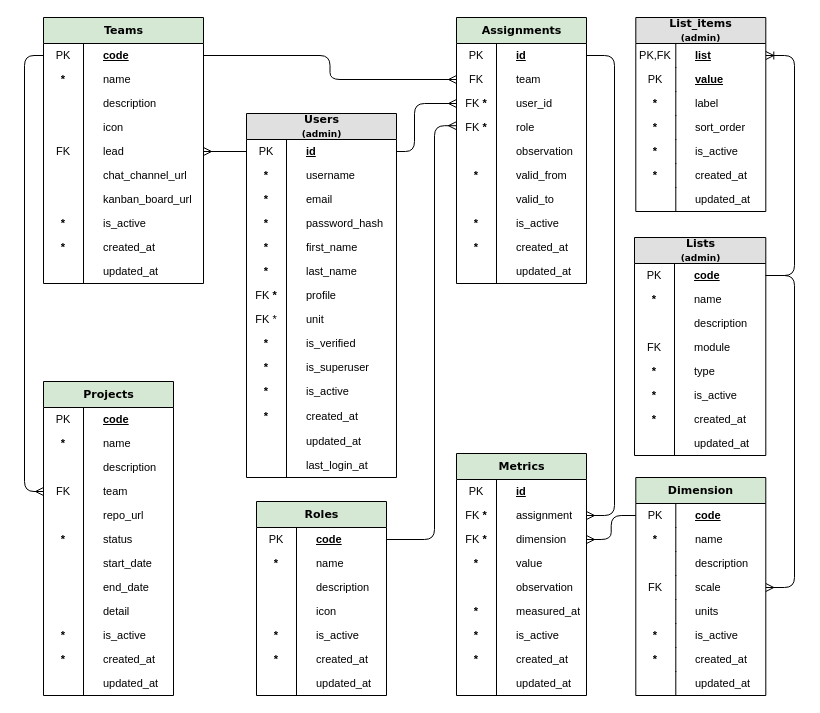
Before: page "collab" (4 of 8) of docs/models.drawio in abc-flex/synapxia, a draw.io diagram. Source tidied: cells renumbered, new cells numbered last; positions are measured from the earlier drawing's top-left corner, leaving out a move shared by most shapes. Both pictures are drawn from the tidied source at 100%, with x=0, y=0 at pixel (24, 17).
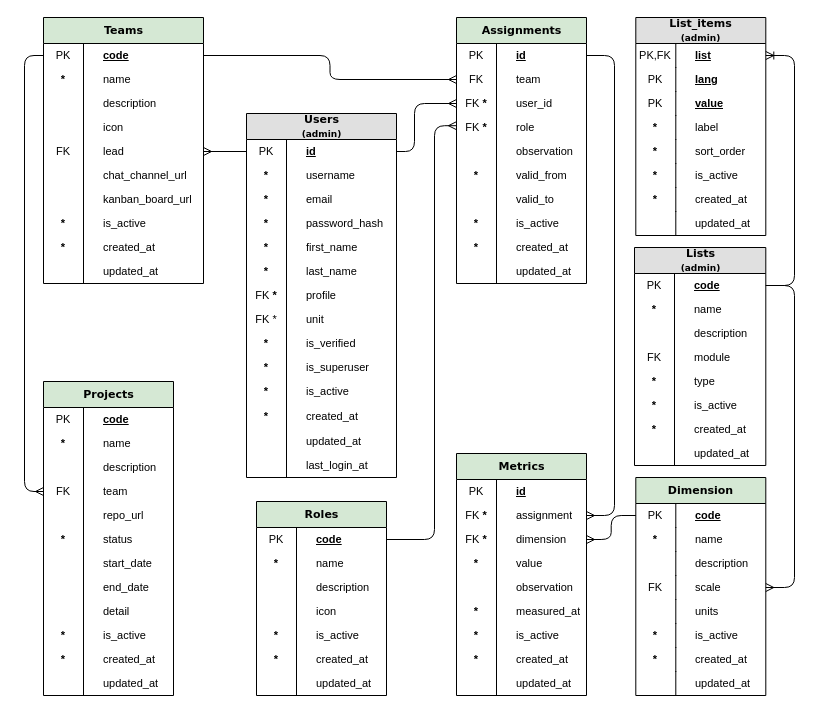
The same diagram, later.

The edit, as a diff of the source:
```diff
@@
     <mxCell id="19" value="&lt;font&gt;&lt;span&gt;List_items&lt;/span&gt;&lt;/font&gt;&lt;div&gt;&lt;font&gt;&lt;span style=&quot;font-size: 9px;&quot;&gt;(admin)&lt;/span&gt;&lt;span&gt;&lt;/span&gt;&lt;/font&gt;&lt;/div&gt;" style="swimlane;html=1;fontStyle=1;horizontal=1;startSize=26;fillColor=#e0e0e0;swimlaneFillColor=#ffffff;align=center;rounded=0;shadow=0;comic=0;labelBackgroundColor=none;strokeWidth=1;fontFamily=Verdana;fontSize=11;spacing=0;" parent="1" vertex="1">
-      <mxGeometry x="611.3" width="130" height="194" as="geometry" />
+      <mxGeometry x="611.3" width="130" height="218" as="geometry" />
     </mxCell>
@@
-    <mxCell id="22" value="&lt;u&gt;value&lt;/u&gt;" style="shape=partialRectangle;top=0;left=0;right=0;bottom=0;html=1;align=left;verticalAlign=middle;fillColor=none;spacingLeft=60;spacingRight=4;whiteSpace=wrap;overflow=hidden;fontStyle=1;fontSize=11;spacing=0;" parent="19" vertex="1">
+    <mxCell id="22" value="&lt;u&gt;lang&lt;/u&gt;" style="shape=partialRectangle;top=0;left=0;right=0;bottom=0;html=1;align=left;verticalAlign=middle;fillColor=none;spacingLeft=60;spacingRight=4;whiteSpace=wrap;overflow=hidden;fontStyle=1;fontSize=11;spacing=0;" parent="19" vertex="1">
       <mxGeometry y="50" width="130" height="24" as="geometry" />
     </mxCell>
@@
+    <mxCell id="190" value="&lt;u&gt;value&lt;/u&gt;" style="shape=partialRectangle;top=0;left=0;right=0;bottom=0;html=1;align=left;verticalAlign=middle;fillColor=none;spacingLeft=60;spacingRight=4;whiteSpace=wrap;overflow=hidden;fontStyle=1;fontSize=11;spacing=0;" parent="19" vertex="1">
+      <mxGeometry y="74" width="130" height="24" as="geometry" />
+    </mxCell>
+    <mxCell id="191" value="&lt;span style=&quot;font-weight: normal;&quot;&gt;PK&lt;/span&gt;" style="shape=partialRectangle;fontStyle=1;top=0;left=0;bottom=0;html=1;fillColor=none;align=center;verticalAlign=middle;spacingLeft=4;spacingRight=4;whiteSpace=wrap;overflow=hidden;fontSize=11;spacing=0;" parent="190" vertex="1">
+      <mxGeometry width="40" height="24" as="geometry" />
+    </mxCell>
     <mxCell id="24" value="label" style="shape=partialRectangle;top=0;left=0;right=0;bottom=0;html=1;align=left;verticalAlign=middle;fillColor=none;spacingLeft=60;spacingRight=4;whiteSpace=wrap;overflow=hidden;fontStyle=0;fontSize=11;spacing=0;" parent="19" vertex="1">
-      <mxGeometry y="74" width="130" height="24" as="geometry" />
+      <mxGeometry y="98" width="130" height="24" as="geometry" />
     </mxCell>
@@
     <mxCell id="26" value="sort_order" style="shape=partialRectangle;top=0;left=0;right=0;bottom=0;html=1;align=left;verticalAlign=middle;fillColor=none;spacingLeft=60;spacingRight=4;whiteSpace=wrap;overflow=hidden;fontStyle=0;fontSize=11;spacing=0;" parent="19" vertex="1">
-      <mxGeometry y="98" width="130" height="24" as="geometry" />
+      <mxGeometry y="122" width="130" height="24" as="geometry" />
     </mxCell>
@@
     <mxCell id="28" value="is_active" style="shape=partialRectangle;top=0;left=0;right=0;bottom=0;html=1;align=left;verticalAlign=middle;fillColor=none;spacingLeft=60;spacingRight=4;whiteSpace=wrap;overflow=hidden;fontStyle=0;fontSize=11;spacing=0;" parent="19" vertex="1">
-      <mxGeometry y="122" width="130" height="24" as="geometry" />
+      <mxGeometry y="146" width="130" height="24" as="geometry" />
     </mxCell>
@@
     <mxCell id="30" value="created_at" style="shape=partialRectangle;top=0;left=0;right=0;bottom=0;html=1;align=left;verticalAlign=middle;fillColor=none;spacingLeft=60;spacingRight=4;whiteSpace=wrap;overflow=hidden;fontStyle=0;fontSize=11;spacing=0;" parent="19" vertex="1">
-      <mxGeometry y="146" width="130" height="24" as="geometry" />
+      <mxGeometry y="170" width="130" height="24" as="geometry" />
     </mxCell>
@@
     <mxCell id="32" value="updated_at" style="shape=partialRectangle;top=0;left=0;right=0;bottom=0;html=1;align=left;verticalAlign=middle;fillColor=none;spacingLeft=60;spacingRight=4;whiteSpace=wrap;overflow=hidden;fontStyle=0;fontSize=11;spacing=0;" parent="19" vertex="1">
-      <mxGeometry y="170" width="130" height="24" as="geometry" />
+      <mxGeometry y="194" width="130" height="24" as="geometry" />
     </mxCell>
@@
     <mxCell id="148" value="&lt;font&gt;&lt;span&gt;Lists&lt;/span&gt;&lt;/font&gt;&lt;div&gt;&lt;font&gt;&lt;span style=&quot;font-size: 9px;&quot;&gt;(admin)&lt;/span&gt;&lt;span&gt;&lt;/span&gt;&lt;/font&gt;&lt;/div&gt;" style="swimlane;html=1;fontStyle=1;horizontal=1;startSize=26;fillColor=#e0e0e0;swimlaneFillColor=#ffffff;align=center;rounded=0;shadow=0;comic=0;labelBackgroundColor=none;strokeWidth=1;fontFamily=Verdana;fontSize=11;spacing=0;" parent="1" vertex="1">
-      <mxGeometry x="610" y="220" width="131.3" height="218" as="geometry" />
+      <mxGeometry x="610" y="230" width="131.3" height="218" as="geometry" />
     </mxCell>
```
